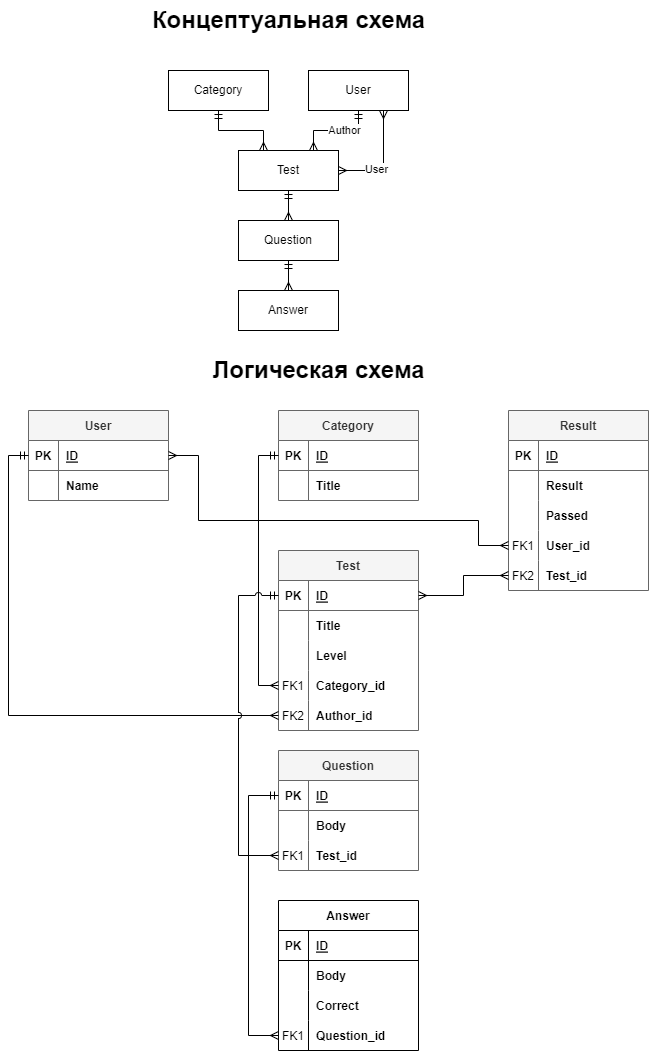
slydevruby/test-guru keeps this draw.io diagram as public/scheme.drawio.png. Above is the earlier version. Source tidied: cells renumbered, new cells last; positions are measured from the earlier drawing's top-left corner, leaving out a move shared by most shapes.
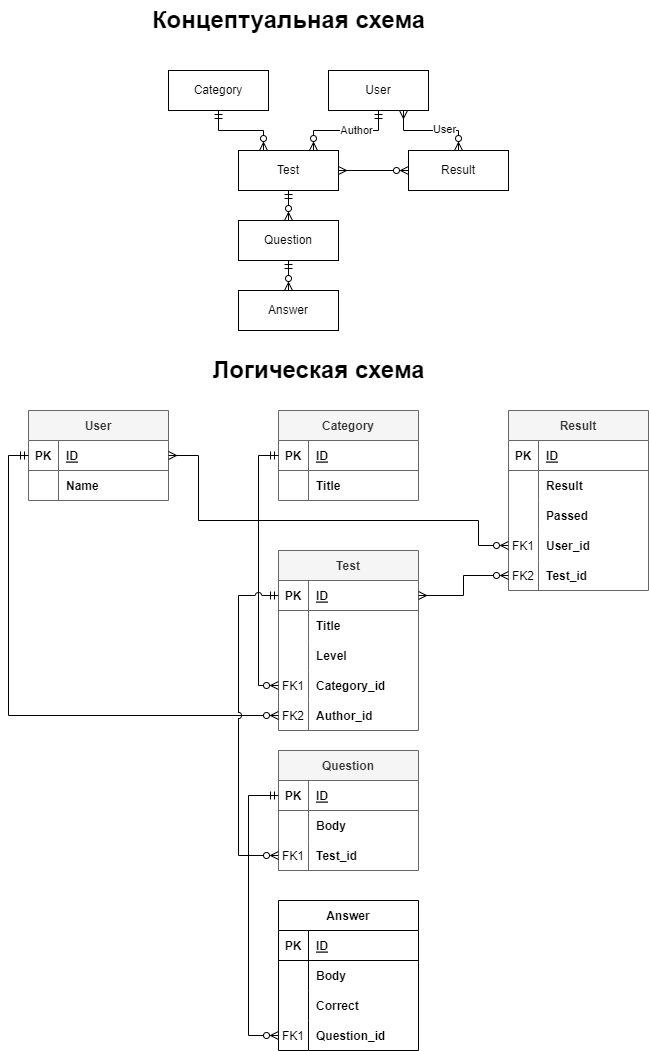
The same file after the commit.

Change to the diagram source:
```diff
@@ -2,25 +2,25 @@
   <root>
     <mxCell id="0" />
     <mxCell id="1" parent="0" />
-    <mxCell id="2" style="edgeStyle=orthogonalEdgeStyle;rounded=0;jettySize=auto;html=1;entryX=0.25;entryY=0;entryDx=0;entryDy=0;startArrow=ERmandOne;startFill=0;endArrow=ERmany;endFill=0;" parent="1" edge="1" source="3" target="5">
+    <mxCell id="2" style="edgeStyle=orthogonalEdgeStyle;rounded=0;jettySize=auto;html=1;entryX=0.25;entryY=0;entryDx=0;entryDy=0;startArrow=ERmandOne;startFill=0;endArrow=ERzeroToMany;endFill=0;" parent="1" edge="1" source="3" target="5">
       <mxGeometry relative="1" as="geometry" />
     </mxCell>
     <mxCell id="3" value="Category" style="whiteSpace=wrap;html=1;align=center;" parent="1" vertex="1">
       <mxGeometry x="140" y="70" width="100" height="40" as="geometry" />
     </mxCell>
-    <mxCell id="4" style="edgeStyle=orthogonalEdgeStyle;rounded=0;jettySize=auto;html=1;exitX=0.5;exitY=1;exitDx=0;exitDy=0;entryX=0.5;entryY=0;entryDx=0;entryDy=0;startArrow=ERmandOne;startFill=0;endArrow=ERmany;endFill=0;" parent="1" edge="1" source="5" target="12">
+    <mxCell id="4" style="edgeStyle=orthogonalEdgeStyle;rounded=0;jettySize=auto;html=1;exitX=0.5;exitY=1;exitDx=0;exitDy=0;entryX=0.5;entryY=0;entryDx=0;entryDy=0;startArrow=ERmandOne;startFill=0;endArrow=ERzeroToMany;endFill=0;" parent="1" edge="1" source="5" target="12">
       <mxGeometry relative="1" as="geometry" />
     </mxCell>
     <mxCell id="5" value="Test" style="whiteSpace=wrap;html=1;align=center;" parent="1" vertex="1">
       <mxGeometry x="210" y="150" width="100" height="40" as="geometry" />
     </mxCell>
-    <mxCell id="6" style="edgeStyle=orthogonalEdgeStyle;rounded=0;jettySize=auto;html=1;entryX=0.75;entryY=0;entryDx=0;entryDy=0;startArrow=ERmandOne;startFill=0;endArrow=ERmany;endFill=0;" parent="1" edge="1" source="10" target="5">
+    <mxCell id="6" style="edgeStyle=orthogonalEdgeStyle;rounded=0;jettySize=auto;html=1;entryX=0.75;entryY=0;entryDx=0;entryDy=0;startArrow=ERmandOne;startFill=0;endArrow=ERzeroToMany;endFill=0;" parent="1" edge="1" source="10" target="5">
       <mxGeometry relative="1" as="geometry" />
     </mxCell>
     <mxCell id="7" value="Author" style="edgeLabel;html=1;align=center;verticalAlign=middle;" parent="6" vertex="1">
       <mxGeometry x="-0.2" relative="1" as="geometry" />
     </mxCell>
-    <mxCell id="8" style="edgeStyle=orthogonalEdgeStyle;rounded=0;jettySize=auto;html=1;exitX=0.75;exitY=1;exitDx=0;exitDy=0;entryX=1;entryY=0.5;entryDx=0;entryDy=0;startArrow=ERmany;startFill=0;endArrow=ERmany;endFill=0;" parent="1" edge="1" source="10" target="5">
+    <mxCell id="8" style="edgeStyle=orthogonalEdgeStyle;rounded=0;jettySize=auto;html=1;exitX=0.75;exitY=1;exitDx=0;exitDy=0;entryX=0.5;entryY=0;entryDx=0;entryDy=0;startArrow=ERmany;startFill=0;endArrow=ERzeroToMany;endFill=0;" parent="1" edge="1" source="10" target="92">
       <mxGeometry relative="1" as="geometry" />
     </mxCell>
     <mxCell id="9" value="User" style="edgeLabel;html=1;align=center;verticalAlign=middle;" parent="8" vertex="1">
@@ -29,9 +29,9 @@
       </mxGeometry>
     </mxCell>
     <mxCell id="10" value="User" style="whiteSpace=wrap;html=1;align=center;" parent="1" vertex="1">
-      <mxGeometry x="280" y="70" width="100" height="40" as="geometry" />
+      <mxGeometry x="300" y="70" width="100" height="40" as="geometry" />
     </mxCell>
-    <mxCell id="11" style="edgeStyle=orthogonalEdgeStyle;rounded=0;jettySize=auto;html=1;exitX=0.5;exitY=1;exitDx=0;exitDy=0;entryX=0.5;entryY=0;entryDx=0;entryDy=0;startArrow=ERmandOne;startFill=0;endArrow=ERmany;endFill=0;" parent="1" edge="1" source="12" target="13">
+    <mxCell id="11" style="edgeStyle=orthogonalEdgeStyle;rounded=0;jettySize=auto;html=1;exitX=0.5;exitY=1;exitDx=0;exitDy=0;entryX=0.5;entryY=0;entryDx=0;entryDy=0;startArrow=ERmandOne;startFill=0;endArrow=ERzeroToMany;endFill=0;" parent="1" edge="1" source="12" target="13">
       <mxGeometry relative="1" as="geometry" />
     </mxCell>
     <mxCell id="12" value="Question" style="whiteSpace=wrap;html=1;align=center;" parent="1" vertex="1">
@@ -247,13 +247,13 @@
     <mxCell id="82" value="Test_id" style="shape=partialRectangle;overflow=hidden;fillColor=none;align=left;strokeColor=inherit;top=0;left=0;bottom=0;right=0;spacingLeft=6;fontStyle=1;" parent="80" vertex="1">
       <mxGeometry x="30" width="110" height="30" as="geometry" />
     </mxCell>
-    <mxCell id="83" style="edgeStyle=orthogonalEdgeStyle;rounded=0;jettySize=auto;html=1;exitX=0;exitY=0.5;exitDx=0;exitDy=0;entryX=0;entryY=0.5;entryDx=0;entryDy=0;startArrow=ERmandOne;startFill=0;endArrow=ERmany;endFill=0;" parent="1" edge="1" source="15" target="38">
+    <mxCell id="83" style="edgeStyle=orthogonalEdgeStyle;rounded=0;jettySize=auto;html=1;exitX=0;exitY=0.5;exitDx=0;exitDy=0;entryX=0;entryY=0.5;entryDx=0;entryDy=0;startArrow=ERmandOne;startFill=0;endArrow=ERzeroToMany;endFill=0;" parent="1" edge="1" source="15" target="38">
       <mxGeometry relative="1" as="geometry" />
     </mxCell>
-    <mxCell id="84" style="edgeStyle=orthogonalEdgeStyle;rounded=0;jettySize=auto;html=1;exitX=0;exitY=0.5;exitDx=0;exitDy=0;entryX=0;entryY=0.5;entryDx=0;entryDy=0;startArrow=ERmandOne;startFill=0;endArrow=ERmany;endFill=0;" parent="1" edge="1" source="22" target="41">
+    <mxCell id="84" style="edgeStyle=orthogonalEdgeStyle;rounded=0;jettySize=auto;html=1;exitX=0;exitY=0.5;exitDx=0;exitDy=0;entryX=0;entryY=0.5;entryDx=0;entryDy=0;startArrow=ERmandOne;startFill=0;endArrow=ERzeroToMany;endFill=0;" parent="1" edge="1" source="22" target="41">
       <mxGeometry relative="1" as="geometry" />
     </mxCell>
-    <mxCell id="85" style="edgeStyle=orthogonalEdgeStyle;rounded=0;jettySize=auto;html=1;exitX=0;exitY=0.5;exitDx=0;exitDy=0;entryX=0;entryY=0.5;entryDx=0;entryDy=0;startArrow=ERmandOne;startFill=0;endArrow=ERmany;endFill=0;jumpStyle=arc;" parent="1" edge="1" source="29" target="51">
+    <mxCell id="85" style="edgeStyle=orthogonalEdgeStyle;rounded=0;jettySize=auto;html=1;exitX=0;exitY=0.5;exitDx=0;exitDy=0;entryX=0;entryY=0.5;entryDx=0;entryDy=0;startArrow=ERmandOne;startFill=0;endArrow=ERzeroToMany;endFill=0;jumpStyle=arc;" parent="1" edge="1" source="29" target="51">
       <mxGeometry relative="1" as="geometry">
         <Array as="points">
           <mxPoint x="210" y="595" />
@@ -261,7 +261,7 @@
         </Array>
       </mxGeometry>
     </mxCell>
-    <mxCell id="86" style="edgeStyle=orthogonalEdgeStyle;rounded=0;jettySize=auto;html=1;exitX=0;exitY=0.5;exitDx=0;exitDy=0;entryX=0;entryY=0.5;entryDx=0;entryDy=0;startArrow=ERmandOne;startFill=0;endArrow=ERmany;endFill=0;" parent="1" edge="1" source="45" target="64">
+    <mxCell id="86" style="edgeStyle=orthogonalEdgeStyle;rounded=0;jettySize=auto;html=1;exitX=0;exitY=0.5;exitDx=0;exitDy=0;entryX=0;entryY=0.5;entryDx=0;entryDy=0;startArrow=ERmandOne;startFill=0;endArrow=ERzeroToMany;endFill=0;" parent="1" edge="1" source="45" target="64">
       <mxGeometry relative="1" as="geometry">
         <Array as="points">
           <mxPoint x="220" y="795" />
@@ -269,7 +269,7 @@
         </Array>
       </mxGeometry>
     </mxCell>
-    <mxCell id="87" style="edgeStyle=orthogonalEdgeStyle;rounded=0;jettySize=auto;html=1;exitX=1;exitY=0.5;exitDx=0;exitDy=0;startArrow=ERmany;startFill=0;endArrow=ERmany;endFill=0;entryX=0;entryY=0.5;entryDx=0;entryDy=0;" parent="1" edge="1" source="22" target="77">
+    <mxCell id="87" style="edgeStyle=orthogonalEdgeStyle;rounded=0;jettySize=auto;html=1;exitX=1;exitY=0.5;exitDx=0;exitDy=0;startArrow=ERmany;startFill=0;endArrow=ERzeroToMany;endFill=0;entryX=0;entryY=0.5;entryDx=0;entryDy=0;" parent="1" edge="1" source="22" target="77">
       <mxGeometry relative="1" as="geometry">
         <Array as="points">
           <mxPoint x="170" y="455" />
@@ -279,7 +279,7 @@
         </Array>
       </mxGeometry>
     </mxCell>
-    <mxCell id="88" style="edgeStyle=orthogonalEdgeStyle;rounded=0;jettySize=auto;html=1;exitX=0;exitY=0.5;exitDx=0;exitDy=0;entryX=1;entryY=0.5;entryDx=0;entryDy=0;startArrow=ERmany;startFill=0;endArrow=ERmany;endFill=0;" parent="1" edge="1" source="80" target="29">
+    <mxCell id="88" style="edgeStyle=orthogonalEdgeStyle;rounded=0;jettySize=auto;html=1;exitX=0;exitY=0.5;exitDx=0;exitDy=0;entryX=1;entryY=0.5;entryDx=0;entryDy=0;startArrow=ERzeroToMany;startFill=0;endArrow=ERmany;endFill=0;" parent="1" edge="1" source="80" target="29">
       <mxGeometry relative="1" as="geometry" />
     </mxCell>
     <mxCell id="89" value="Логическая схема" style="text;strokeColor=none;fillColor=none;html=1;fontSize=24;fontStyle=1;verticalAlign=middle;align=center;" parent="1" vertex="1">
@@ -288,5 +288,11 @@
     <mxCell id="90" value="Концептуальная схема" style="text;strokeColor=none;fillColor=none;html=1;fontSize=24;fontStyle=1;verticalAlign=middle;align=center;" parent="1" vertex="1">
       <mxGeometry x="210" width="100" height="40" as="geometry" />
     </mxCell>
+    <mxCell id="91" style="edgeStyle=orthogonalEdgeStyle;rounded=0;jettySize=auto;html=1;entryX=1;entryY=0.5;entryDx=0;entryDy=0;startArrow=ERzeroToMany;startFill=0;endArrow=ERmany;endFill=0;" parent="1" edge="1" source="92" target="5">
+      <mxGeometry relative="1" as="geometry" />
+    </mxCell>
+    <mxCell id="92" value="Result" style="whiteSpace=wrap;html=1;align=center;" parent="1" vertex="1">
+      <mxGeometry x="380" y="150" width="100" height="40" as="geometry" />
+    </mxCell>
   </root>
 </mxGraphModel>
```
